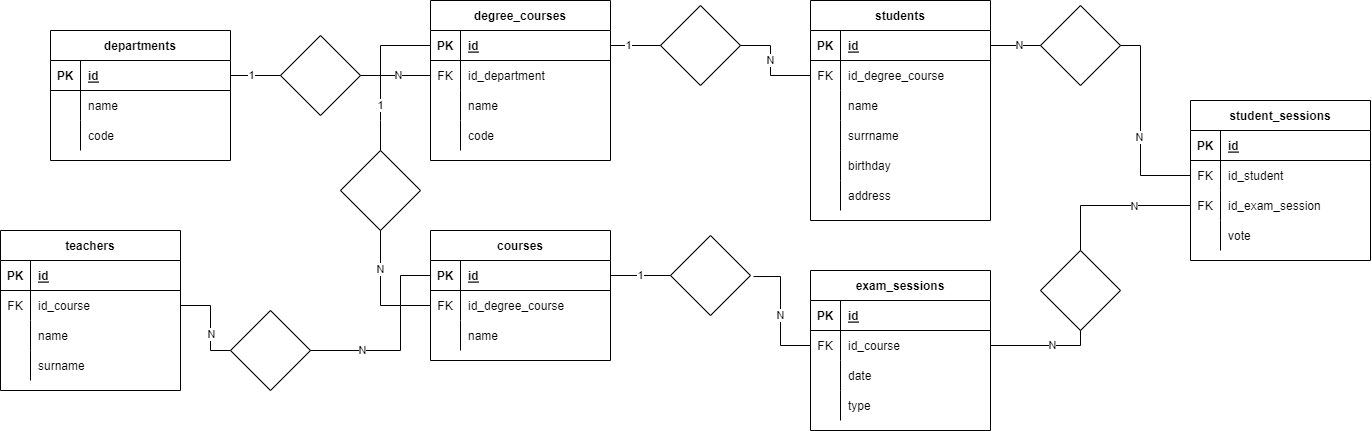
Before: uni.drawio.png, a diagram exported from draw.io (matteotagliatti/db-university). Source tidied: cells renumbered, new cells last; positions are measured from the earlier drawing's top-left corner, leaving out a move shared by most shapes.
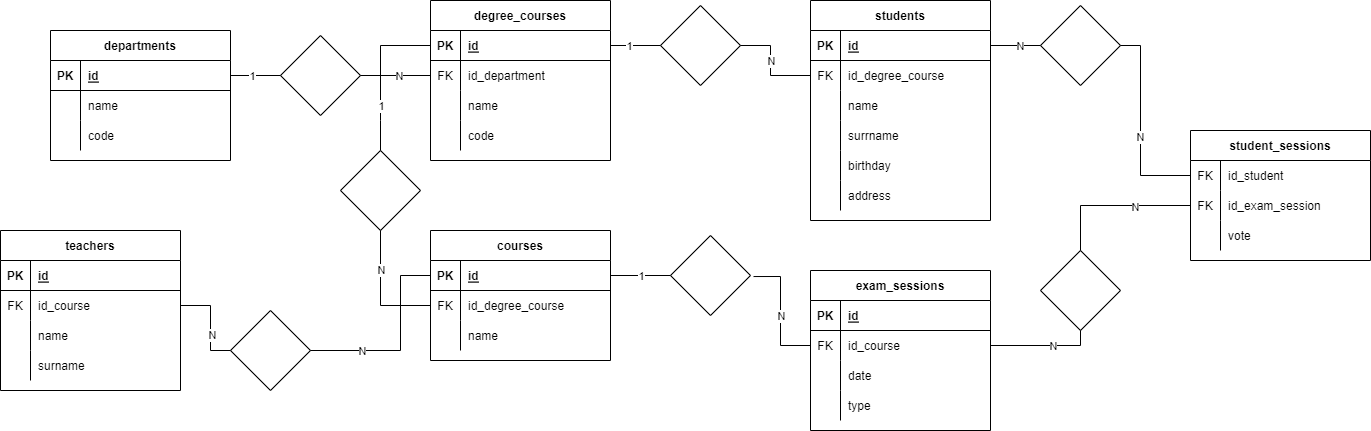
Above is the later version.

Commit message:
edit tab ponte

Diff of the diagram source:
```diff
@@ -401,19 +401,10 @@
       <mxGeometry x="0.18" relative="1" as="geometry" />
     </mxCell>
     <mxCell id="115" value="student_sessions" style="shape=table;startSize=30;rowLines=0;fontStyle=1;align=center;" parent="1" vertex="1">
-      <mxGeometry x="1190" y="100" width="180" height="160" as="geometry" />
+      <mxGeometry x="1190" y="130" width="180" height="130" as="geometry" />
     </mxCell>
-    <mxCell id="116" style="shape=tableRow;horizontal=0;startSize=0;swimlaneHead=0;swimlaneBody=0;fillColor=none;top=0;left=0;right=0;bottom=1;" parent="115" vertex="1">
-      <mxGeometry y="30" width="180" height="30" as="geometry" />
-    </mxCell>
-    <mxCell id="117" value="PK" style="shape=partialRectangle;fillColor=none;top=0;left=0;bottom=0;right=0;fontStyle=1;overflow=hidden;" parent="116" vertex="1">
-      <mxGeometry width="30" height="30" as="geometry" />
-    </mxCell>
-    <mxCell id="118" value="id" style="shape=partialRectangle;fillColor=none;top=0;left=0;bottom=0;right=0;align=left;spacingLeft=6;fontStyle=5;overflow=hidden;" parent="116" vertex="1">
-      <mxGeometry x="30" width="150" height="30" as="geometry" />
-    </mxCell>
     <mxCell id="119" style="shape=tableRow;horizontal=0;startSize=0;swimlaneHead=0;swimlaneBody=0;fillColor=none;points=[[0,0.5],[1,0.5]];portConstraint=eastwest;top=0;left=0;right=0;bottom=0;" parent="115" vertex="1">
-      <mxGeometry y="60" width="180" height="30" as="geometry" />
+      <mxGeometry y="30" width="180" height="30" as="geometry" />
     </mxCell>
     <mxCell id="120" value="FK" style="shape=partialRectangle;fillColor=none;top=0;left=0;bottom=0;right=0;overflow=hidden;" parent="119" vertex="1">
       <mxGeometry width="30" height="30" as="geometry" />
@@ -422,7 +413,7 @@
       <mxGeometry x="30" width="150" height="30" as="geometry" />
     </mxCell>
     <mxCell id="122" style="shape=tableRow;horizontal=0;startSize=0;swimlaneHead=0;swimlaneBody=0;fillColor=none;points=[[0,0.5],[1,0.5]];portConstraint=eastwest;top=0;left=0;right=0;bottom=0;" parent="115" vertex="1">
-      <mxGeometry y="90" width="180" height="30" as="geometry" />
+      <mxGeometry y="60" width="180" height="30" as="geometry" />
     </mxCell>
     <mxCell id="123" value="FK" style="shape=partialRectangle;fillColor=none;top=0;left=0;bottom=0;right=0;overflow=hidden;" parent="122" vertex="1">
       <mxGeometry width="30" height="30" as="geometry" />
@@ -431,7 +422,7 @@
       <mxGeometry x="30" width="150" height="30" as="geometry" />
     </mxCell>
     <mxCell id="125" style="shape=tableRow;horizontal=0;startSize=0;swimlaneHead=0;swimlaneBody=0;fillColor=none;top=0;left=0;right=0;bottom=0;" parent="115" vertex="1">
-      <mxGeometry y="120" width="180" height="30" as="geometry" />
+      <mxGeometry y="90" width="180" height="30" as="geometry" />
     </mxCell>
     <mxCell id="126" style="shape=partialRectangle;fillColor=none;top=0;left=0;bottom=0;right=0;overflow=hidden;" parent="125" vertex="1">
       <mxGeometry width="30" height="30" as="geometry" />
```
